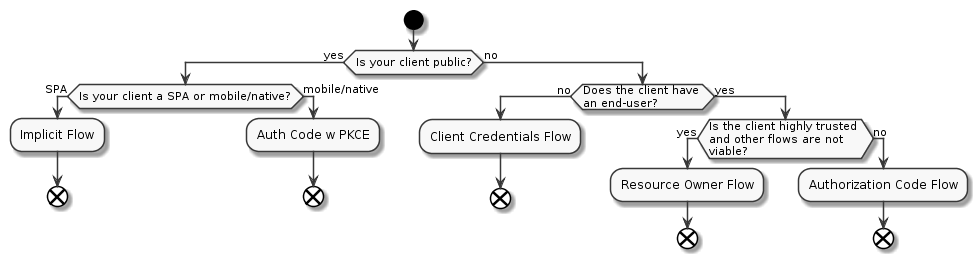
Earlier version of the PlantUML export _source/_assets/img/oauth_grant_flowchart.png (williamnguyen-activecyber/okta.github.io). Source of this version:
```plantuml
@startuml
skinparam monochrome true

start

if (Is your client public?) then (yes)
    if (Is your client a SPA or mobile/native?) then (SPA)
    :Implicit Flow;
    end
    else (mobile/native)
    :Auth Code w PKCE;
    end
    endif
else(no)

if (Does the client have \nan end-user?) then (no)
  :Client Credentials Flow;
  end
else (yes)

if (Is the client highly trusted \nand other flows are not \nviable?) then (yes)
  :Resource Owner Flow;
  end
else (no)
  :Authorization Code Flow;
  end
@enduml
```
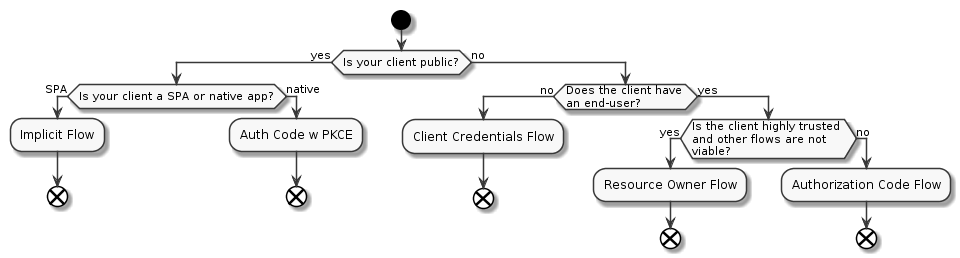
The same file after the commit.

What changed in the source:
```diff
@@ -4,10 +4,10 @@
 start
 
 if (Is your client public?) then (yes)
-    if (Is your client a SPA or mobile/native?) then (SPA)
+    if (Is your client a SPA or native app?) then (SPA)
     :Implicit Flow;
     end
-    else (mobile/native)
+    else (native)
     :Auth Code w PKCE;
     end
     endif
```
